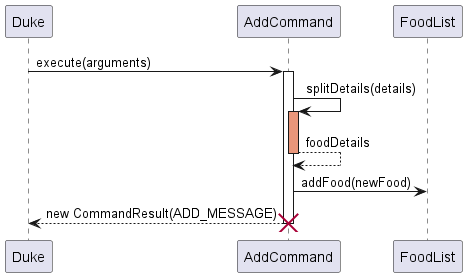
This is docs/images/AddCommandSequenceDiagram.png from tsx0314/tp, a PlantUML export, as it was before one commit. The source it was exported from:
```plantuml
@startuml


participant Duke
participant AddCommand
participant FoodList as foodList

Duke -> AddCommand: execute(arguments)
activate AddCommand

AddCommand -> AddCommand: splitDetails(details)
activate AddCommand #DarkSalmon
AddCommand --> AddCommand: foodDetails
deactivate

foodList <- AddCommand: addFood(newFood)
Duke <-- AddCommand: new CommandResult(ADD_MESSAGE)
deactivate

destroy AddCommand

@enduml
```
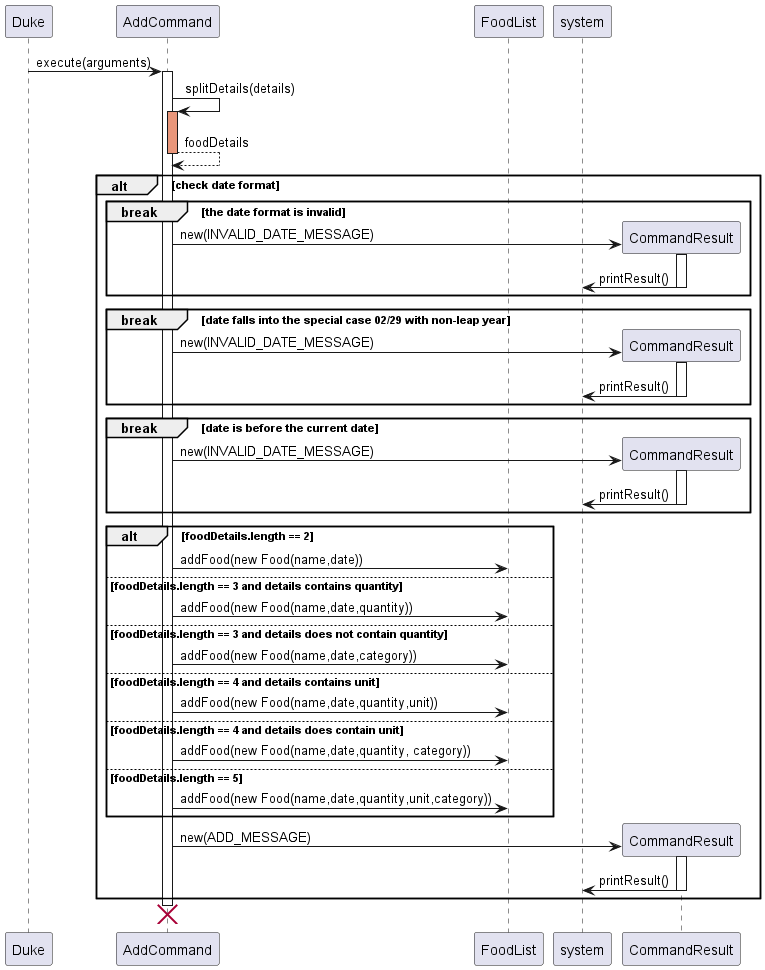
The same file after the commit.

Change to the diagram source:
```diff
@@ -1,5 +1,4 @@
 @startuml
-
 
 participant Duke
 participant AddCommand
@@ -7,15 +6,66 @@
 
 Duke -> AddCommand: execute(arguments)
 activate AddCommand
-
 AddCommand -> AddCommand: splitDetails(details)
 activate AddCommand #DarkSalmon
 AddCommand --> AddCommand: foodDetails
 deactivate
 
-foodList <- AddCommand: addFood(newFood)
-Duke <-- AddCommand: new CommandResult(ADD_MESSAGE)
+alt check date format
+break the date format is invalid
+create CommandResult
+AddCommand -> CommandResult: new(INVALID_DATE_MESSAGE)
+activate CommandResult
+CommandResult -> system: printResult()
 deactivate
+end
+
+break date falls into the special case 02/29 with non-leap year
+create CommandResult
+AddCommand -> CommandResult: new(INVALID_DATE_MESSAGE)
+activate CommandResult
+CommandResult -> system: printResult()
+deactivate
+
+end
+
+activate AddCommand
+break date is before the current date
+create CommandResult
+AddCommand -> CommandResult: new(INVALID_DATE_MESSAGE)
+activate CommandResult
+CommandResult -> system: printResult()
+deactivate
+end
+
+activate AddCommand
+alt foodDetails.length == 2
+foodList <- AddCommand: addFood(new Food(name,date))
+
+else foodDetails.length == 3 and details contains quantity
+foodList <- AddCommand: addFood(new Food(name,date,quantity))
+else foodDetails.length == 3 and details does not contain quantity
+foodList <- AddCommand: addFood(new Food(name,date,category))
+else foodDetails.length == 4 and details contains unit
+foodList <- AddCommand: addFood(new Food(name,date,quantity,unit))
+else foodDetails.length == 4 and details does contain unit
+foodList <- AddCommand: addFood(new Food(name,date,quantity, category))
+else foodDetails.length == 5
+foodList <- AddCommand: addFood(new Food(name,date,quantity,unit,category))
+end
+participant CommandResult
+create CommandResult
+AddCommand -> CommandResult: new(ADD_MESSAGE)
+activate CommandResult
+CommandResult -> system: printResult()
+deactivate
+
+
+
+end
+
+
+
 
 destroy AddCommand
 
```
